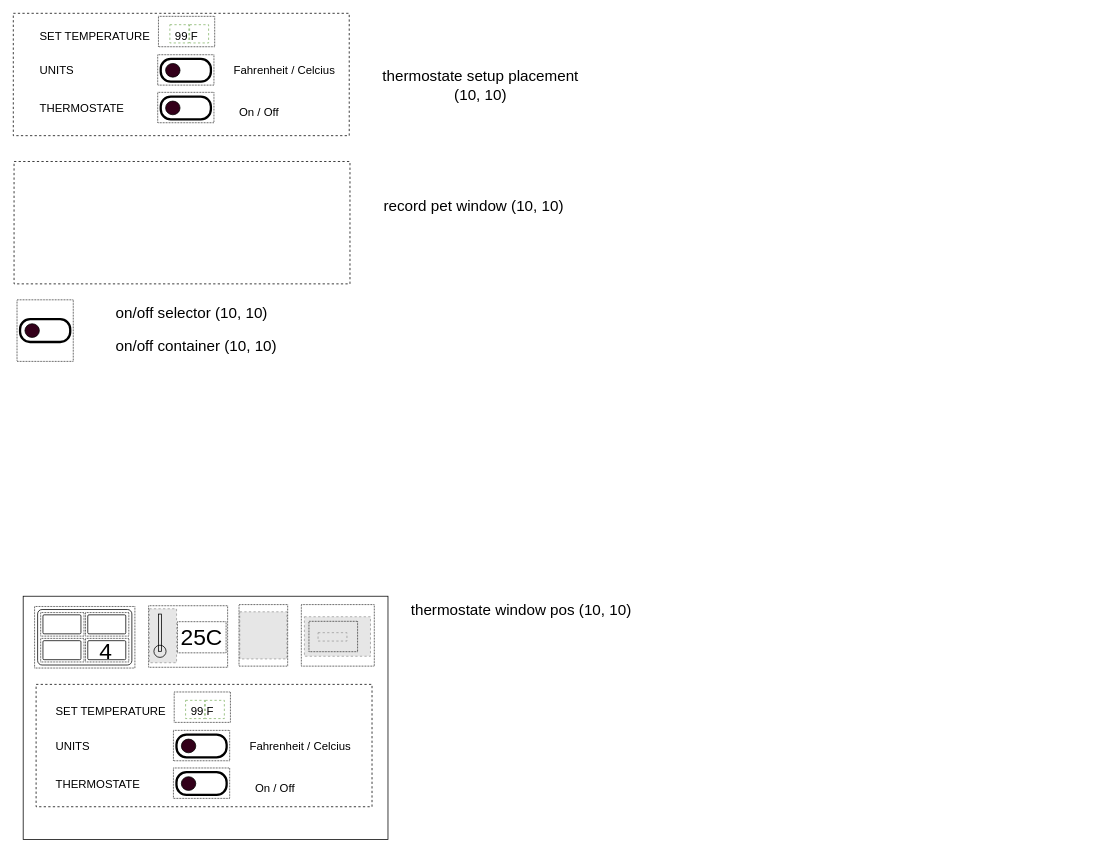
Above: page "ui_thermostate_config" (12 of 12) of doc/images_pet_feeder/pet_feeder_gui_drawings.drawio in bdcabreran/Ali_pet_feeder (draw.io), before the change. Source tidied: cells renumbered, new cells numbered last; positions are measured from the earlier drawing's top-left corner, leaving out a move shared by most shapes. Both pictures are drawn from the tidied source at 76%, with x=0, y=0 at pixel (13, 13). Pictures stored in the file or linked from it are replaced by grey dashed boxes.
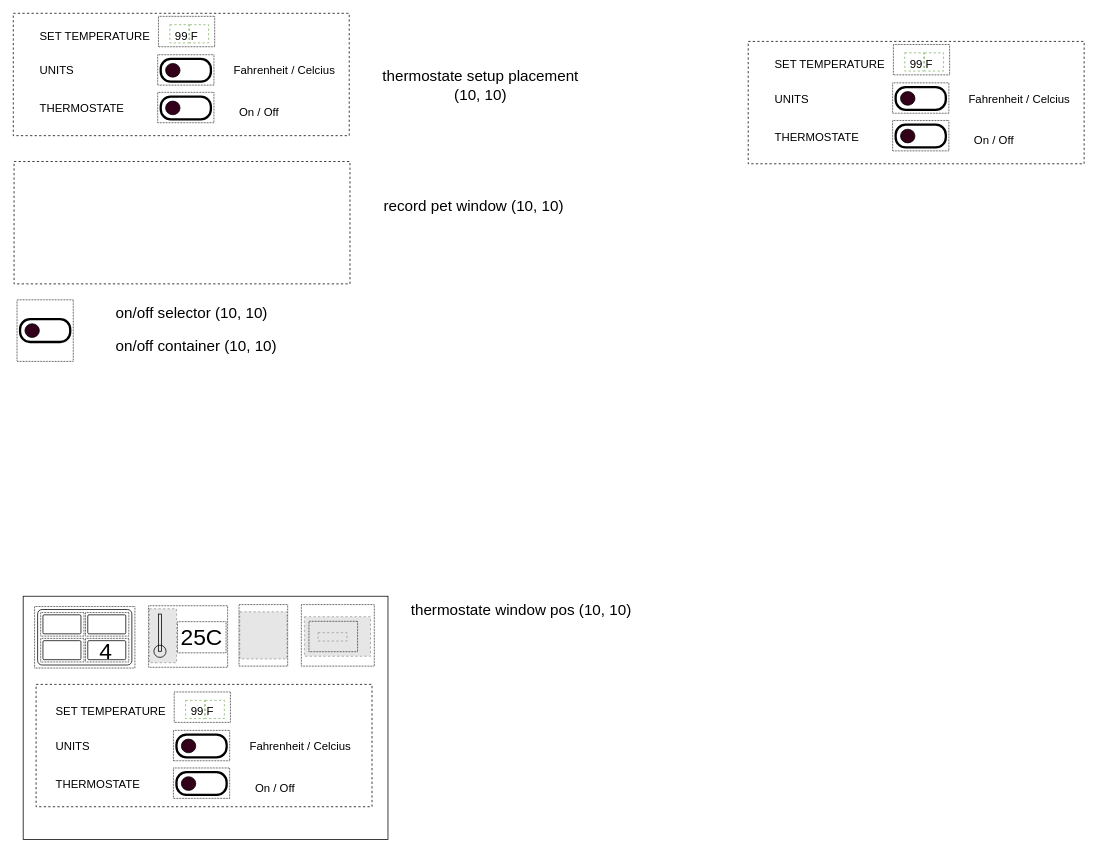
The same page after the edit.

The edit, as a diff of the source:
```diff
@@
+    <mxCell id="69" style="group;" parent="1" vertex="1">
+      <mxGeometry x="967" y="37" width="442" height="161" as="geometry" />
+    </mxCell>
+    <mxCell id="70" style="rounded=0;whiteSpace=wrap;html=1;fontSize=150;fillColor=none;dashed=1;" parent="69" vertex="1">
+      <mxGeometry width="442" height="161" as="geometry" />
+    </mxCell>
+    <mxCell id="71" style="rounded=1;whiteSpace=wrap;html=1;labelBorderColor=default;fontSize=15;fillColor=none;arcSize=44;strokeWidth=3;" parent="69" vertex="1">
+      <mxGeometry x="194" y="109.5" width="66" height="30" as="geometry" />
+    </mxCell>
+    <mxCell id="72" style="ellipse;whiteSpace=wrap;html=1;labelBorderColor=default;fontSize=15;strokeWidth=1;fillColor=#33001A;" parent="69" vertex="1">
+      <mxGeometry x="200.4" y="115.5" width="19" height="18" as="geometry" />
+    </mxCell>
+    <mxCell id="73" style="rounded=0;whiteSpace=wrap;html=1;strokeColor=default;strokeWidth=1;fillColor=none;dashed=1;dashPattern=1 1;" parent="69" vertex="1">
+      <mxGeometry x="190" y="104" width="74" height="40" as="geometry" />
+    </mxCell>
+    <mxCell id="74" style="rounded=1;whiteSpace=wrap;html=1;labelBorderColor=default;fontSize=15;fillColor=none;arcSize=44;strokeWidth=3;" parent="69" vertex="1">
+      <mxGeometry x="194" y="60" width="66" height="30" as="geometry" />
+    </mxCell>
+    <mxCell id="75" style="ellipse;whiteSpace=wrap;html=1;labelBorderColor=default;fontSize=15;strokeWidth=1;fillColor=#33001A;" parent="69" vertex="1">
+      <mxGeometry x="200.4" y="66" width="19" height="18" as="geometry" />
+    </mxCell>
+    <mxCell id="76" style="rounded=0;whiteSpace=wrap;html=1;strokeColor=default;strokeWidth=1;fillColor=none;dashed=1;dashPattern=1 1;" parent="69" vertex="1">
+      <mxGeometry x="190" y="54.5" width="74" height="40" as="geometry" />
+    </mxCell>
+    <mxCell id="77" value="&lt;font style=&quot;font-size: 15px;&quot;&gt;SET TEMPERATURE&amp;nbsp;&lt;/font&gt;" style="text;html=1;strokeColor=none;fillColor=none;align=left;verticalAlign=middle;whiteSpace=wrap;rounded=0;fontSize=30;" parent="69" vertex="1">
+      <mxGeometry x="33.3" y="14" width="159" height="20" as="geometry" />
+    </mxCell>
+    <mxCell id="78" value="&lt;font style=&quot;font-size: 15px;&quot;&gt;UNITS&lt;/font&gt;" style="text;html=1;strokeColor=none;fillColor=none;align=left;verticalAlign=middle;whiteSpace=wrap;rounded=0;fontSize=30;" parent="69" vertex="1">
+      <mxGeometry x="33.3" y="60" width="116" height="20" as="geometry" />
+    </mxCell>
+    <mxCell id="79" value="&lt;font style=&quot;font-size: 15px;&quot;&gt;Fahrenheit / Celcius&amp;nbsp;&lt;/font&gt;" style="text;html=1;strokeColor=none;fillColor=none;align=center;verticalAlign=middle;whiteSpace=wrap;rounded=0;fontSize=30;" parent="69" vertex="1">
+      <mxGeometry x="289" y="60" width="140" height="20" as="geometry" />
+    </mxCell>
+    <mxCell id="80" value="&lt;font style=&quot;font-size: 15px;&quot;&gt;THERMOSTATE&lt;/font&gt;" style="text;html=1;strokeColor=none;fillColor=none;align=left;verticalAlign=middle;whiteSpace=wrap;rounded=0;fontSize=30;" parent="69" vertex="1">
+      <mxGeometry x="33.3" y="109.5" width="116" height="20" as="geometry" />
+    </mxCell>
+    <mxCell id="81" value="&lt;font style=&quot;font-size: 15px;&quot;&gt;On / Off&lt;/font&gt;" style="text;html=1;strokeColor=none;fillColor=none;align=center;verticalAlign=middle;whiteSpace=wrap;rounded=0;fontSize=30;" parent="69" vertex="1">
+      <mxGeometry x="287.2" y="113" width="73" height="23" as="geometry" />
+    </mxCell>
+    <mxCell id="82" value="&lt;font style=&quot;font-size: 15px;&quot;&gt;99 F&lt;/font&gt;" style="text;html=1;strokeColor=none;fillColor=none;align=center;verticalAlign=middle;whiteSpace=wrap;rounded=0;fontSize=30;" parent="69" vertex="1">
+      <mxGeometry x="196" y="11" width="64" height="26" as="geometry" />
+    </mxCell>
+    <mxCell id="83" style="rounded=0;whiteSpace=wrap;html=1;fontSize=150;fillColor=none;dashed=1;strokeColor=#82b366;" parent="69" vertex="1">
+      <mxGeometry x="206" y="15" width="25" height="24" as="geometry" />
+    </mxCell>
+    <mxCell id="84" style="rounded=0;whiteSpace=wrap;html=1;fontSize=150;fillColor=none;dashed=1;strokeColor=#82b366;" parent="69" vertex="1">
+      <mxGeometry x="232" y="15" width="25" height="24" as="geometry" />
+    </mxCell>
+    <mxCell id="85" style="rounded=0;whiteSpace=wrap;html=1;strokeColor=default;strokeWidth=1;fillColor=none;dashed=1;dashPattern=1 1;" parent="69" vertex="1">
+      <mxGeometry x="191" y="4" width="74" height="40" as="geometry" />
+    </mxCell>
```
